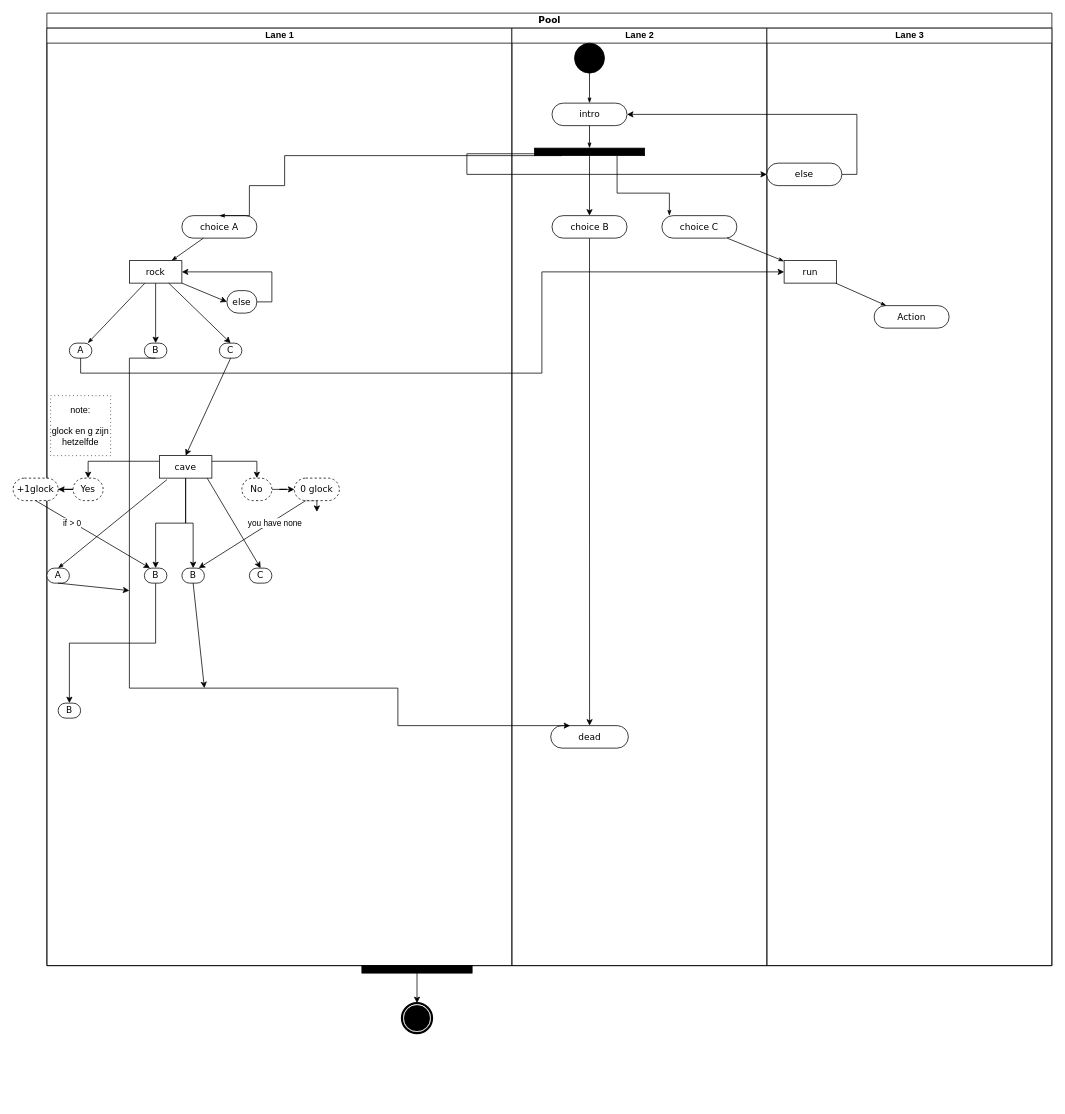
The draw.io diagram Untitled Diagram.drawio in joaquinAkAjuan/hello-you, before the edit. Source tidied: cells renumbered, new cells numbered last; positions are measured from the earlier drawing's top-left corner, leaving out a move shared by most shapes. Both pictures are drawn from the tidied source at 75%, with x=0, y=0 at pixel (13, 13).
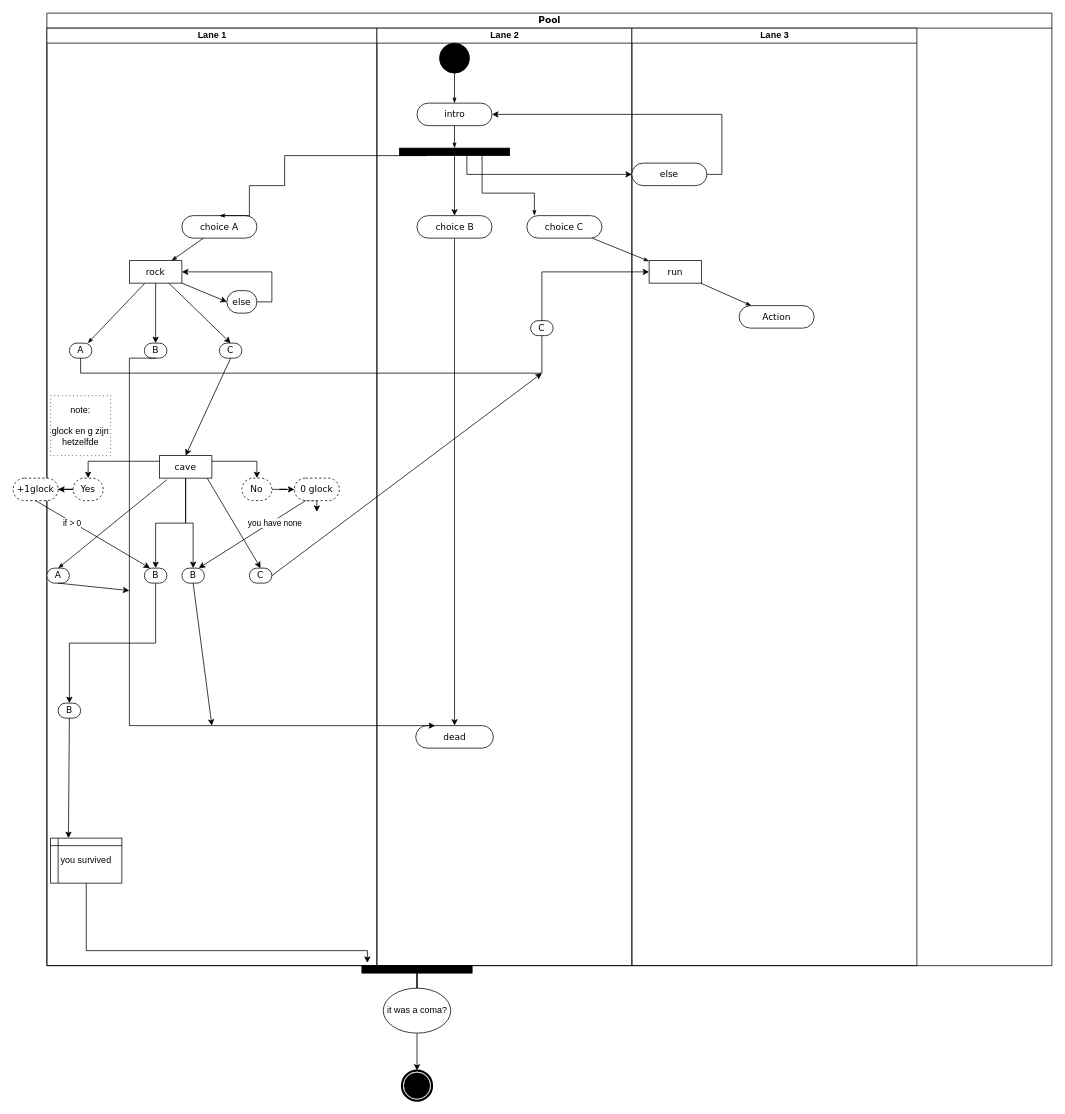
After the change.

Commit message:
first scenario end

The change refers to these unchanged cells:
```xml
<mxCell id="2" value="Pool" style="swimlane;html=1;startSize=20;rounded=0;shadow=0;comic=0;labelBackgroundColor=none;strokeWidth=1;fontFamily=Verdana;fontSize=12;align=center;" parent="1" vertex="1">
  <mxGeometry x="45" width="1340" height="1270" as="geometry" />
</mxCell>
<mxCell id="10" value="B" style="rounded=1;whiteSpace=wrap;html=1;shadow=0;comic=0;labelBackgroundColor=none;strokeWidth=1;fontFamily=Verdana;fontSize=12;align=center;arcSize=50;" parent="3" vertex="1">
  <mxGeometry x="130" y="420" width="30" height="20" as="geometry" />
</mxCell>
<mxCell id="32" value="C" style="rounded=1;whiteSpace=wrap;html=1;shadow=0;comic=0;labelBackgroundColor=none;strokeWidth=1;fontFamily=Verdana;fontSize=12;align=center;arcSize=50;" parent="3" vertex="1">
  <mxGeometry x="270" y="720" width="30" height="20" as="geometry" />
</mxCell>
<mxCell id="38" value="B" style="rounded=1;whiteSpace=wrap;html=1;shadow=0;comic=0;labelBackgroundColor=none;strokeWidth=1;fontFamily=Verdana;fontSize=12;align=center;arcSize=50;" parent="3" vertex="1">
  <mxGeometry x="180" y="720" width="30" height="20" as="geometry" />
</mxCell>
<mxCell id="42" value="B" style="rounded=1;whiteSpace=wrap;html=1;shadow=0;comic=0;labelBackgroundColor=none;strokeWidth=1;fontFamily=Verdana;fontSize=12;align=center;arcSize=50;fillStyle=auto;" parent="3" vertex="1">
  <mxGeometry x="15" y="900" width="30" height="20" as="geometry" />
</mxCell>
<mxCell id="54" value="dead" style="whiteSpace=wrap;html=1;fontFamily=Verdana;rounded=1;shadow=0;comic=0;labelBackgroundColor=none;strokeWidth=1;arcSize=50;" parent="43" vertex="1">
  <mxGeometry x="51.8" y="930" width="103.5" height="30" as="geometry" />
</mxCell>
<mxCell id="67" style="whiteSpace=wrap;html=1;rounded=0;shadow=0;comic=0;labelBackgroundColor=none;strokeWidth=1;fillColor=#000000;fontFamily=Verdana;fontSize=12;align=center;rotation=0;" parent="1" vertex="1">
  <mxGeometry x="465" y="1270" width="147" height="10" as="geometry" />
</mxCell>
```

Change to the diagram source:
```diff
@@
     <mxCell id="3" value="Lane 1" style="swimlane;html=1;startSize=20;" parent="2" vertex="1">
-      <mxGeometry y="20" width="620" height="1250" as="geometry" />
+      <mxGeometry y="20" width="440" height="1250" as="geometry" />
     </mxCell>
@@
     <mxCell id="41" style="endArrow=classic;html=1;rounded=0;exitX=0.5;exitY=1;exitDx=0;exitDy=0;" parent="3" edge="1" source="38">
       <mxGeometry relative="1" as="geometry">
-        <mxPoint x="210" y="880" as="targetPoint" />
+        <mxPoint x="220" y="930" as="targetPoint" />
       </mxGeometry>
     </mxCell>
@@
+    <mxCell id="69" value="you survived" style="shape=internalStorage;whiteSpace=wrap;html=1;backgroundOutline=1;fillStyle=auto;dx=10;dy=10;" parent="3" vertex="1">
+      <mxGeometry x="5" y="1080" width="95" height="60" as="geometry" />
+    </mxCell>
+    <mxCell id="70" style="endArrow=classic;html=1;rounded=0;entryX=0.25;entryY=0;entryDx=0;entryDy=0;exitX=0.5;exitY=1;exitDx=0;exitDy=0;" parent="3" edge="1" source="42" target="69">
+      <mxGeometry relative="1" as="geometry" />
+    </mxCell>
     <mxCell id="43" value="Lane 2" style="swimlane;html=1;startSize=20;" parent="2" vertex="1">
-      <mxGeometry x="620" y="20" width="340" height="1250" as="geometry" />
+      <mxGeometry x="440" y="20" width="340" height="1250" as="geometry" />
     </mxCell>
@@
+    <mxCell id="71" style="endArrow=classic;html=1;rounded=0;exitX=1;exitY=0.5;exitDx=0;exitDy=0;" parent="43" edge="1" source="32">
+      <mxGeometry relative="1" as="geometry">
+        <mxPoint x="220" y="460" as="targetPoint" />
+      </mxGeometry>
+    </mxCell>
     <mxCell id="55" value="Lane 3" style="swimlane;html=1;startSize=20;" parent="2" vertex="1">
-      <mxGeometry x="960" y="20" width="380" height="1250" as="geometry" />
+      <mxGeometry x="780" y="20" width="380" height="1250" as="geometry" />
     </mxCell>
@@
     <mxCell id="65" style="edgeStyle=orthogonalEdgeStyle;rounded=0;jettySize=auto;html=1;exitX=0.5;exitY=1;exitDx=0;exitDy=0;entryX=0.25;entryY=0;entryDx=0;entryDy=0;" parent="2" edge="1" source="10" target="54">
       <mxGeometry relative="1" as="geometry">
         <Array as="points">
           <mxPoint x="110" y="460" />
-          <mxPoint x="110" y="900" />
-          <mxPoint x="468" y="900" />
+          <mxPoint x="110" y="950" />
         </Array>
       </mxGeometry>
     </mxCell>
-    <mxCell id="66" style="edgeStyle=orthogonalEdgeStyle;rounded=0;jettySize=auto;html=1;exitX=0.5;exitY=1;exitDx=0;exitDy=0;" parent="1" edge="1" source="67" target="68">
+    <mxCell id="66" style="edgeStyle=orthogonalEdgeStyle;rounded=0;jettySize=auto;html=1;exitX=0.5;exitY=1;exitDx=0;exitDy=0;startArrow=none;" parent="1" edge="1" source="73" target="68">
       <mxGeometry relative="1" as="geometry" />
     </mxCell>
@@
     <mxCell id="68" style="shape=mxgraph.bpmn.shape;html=1;verticalLabelPosition=bottom;labelBackgroundColor=#ffffff;verticalAlign=top;perimeter=ellipsePerimeter;outline=end;symbol=terminate;rounded=0;shadow=0;comic=0;strokeWidth=1;fontFamily=Verdana;fontSize=12;align=center;" parent="1" vertex="1">
-      <mxGeometry x="518.5" y="1320" width="40" height="40" as="geometry" />
+      <mxGeometry x="518.5" y="1410" width="40" height="40" as="geometry" />
     </mxCell>
+    <mxCell id="72" style="edgeStyle=orthogonalEdgeStyle;rounded=0;jettySize=auto;html=1;exitX=0.5;exitY=1;exitDx=0;exitDy=0;entryX=0.05;entryY=-0.374;entryDx=0;entryDy=0;entryPerimeter=0;" parent="1" edge="1" source="69" target="67">
+      <mxGeometry relative="1" as="geometry">
+        <Array as="points">
+          <mxPoint x="98" y="1250" />
+          <mxPoint x="472" y="1250" />
+        </Array>
+      </mxGeometry>
+    </mxCell>
+    <mxCell id="73" value="it was a coma?" style="ellipse;whiteSpace=wrap;html=1;fillStyle=auto;" parent="1" vertex="1">
+      <mxGeometry x="493.5" y="1300" width="90" height="60" as="geometry" />
+    </mxCell>
+    <mxCell id="74" style="edgeStyle=orthogonalEdgeStyle;rounded=0;jettySize=auto;html=1;exitX=0.5;exitY=1;exitDx=0;exitDy=0;endArrow=none;" parent="1" edge="1" source="67" target="73">
+      <mxGeometry relative="1" as="geometry" />
+    </mxCell>
+    <mxCell id="75" value="C" style="rounded=1;whiteSpace=wrap;html=1;shadow=0;comic=0;labelBackgroundColor=none;strokeWidth=1;fontFamily=Verdana;fontSize=12;align=center;arcSize=50;fillStyle=auto;" parent="1" vertex="1">
+      <mxGeometry x="690" y="410" width="30" height="20" as="geometry" />
+    </mxCell>
```
